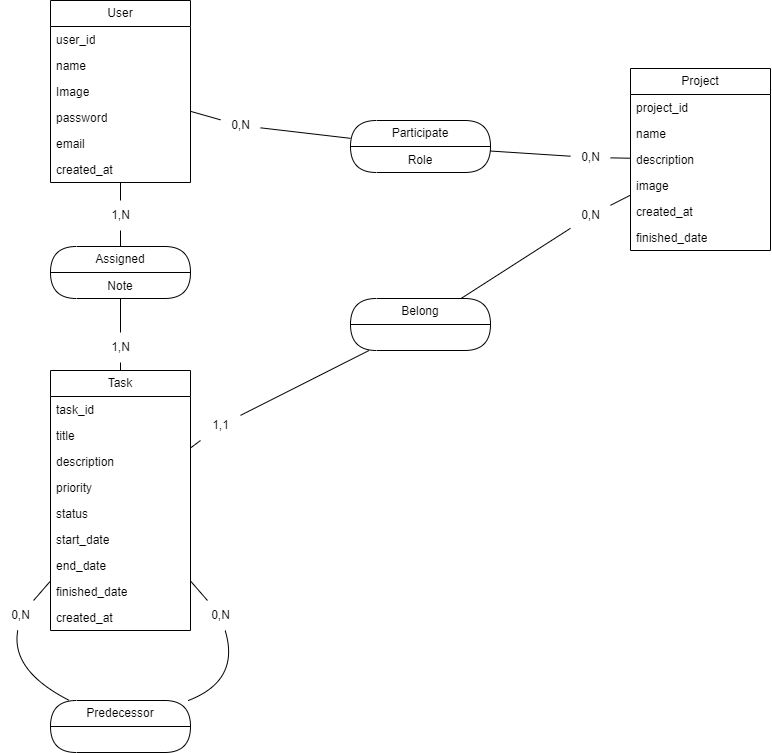
Earlier version of the draw.io export Conception/MCD de Mashru3.png (haki24gamer/Mashru3). Source tidied: cells renumbered, new cells last; positions are measured from the earlier drawing's top-left corner, leaving out a move shared by most shapes.
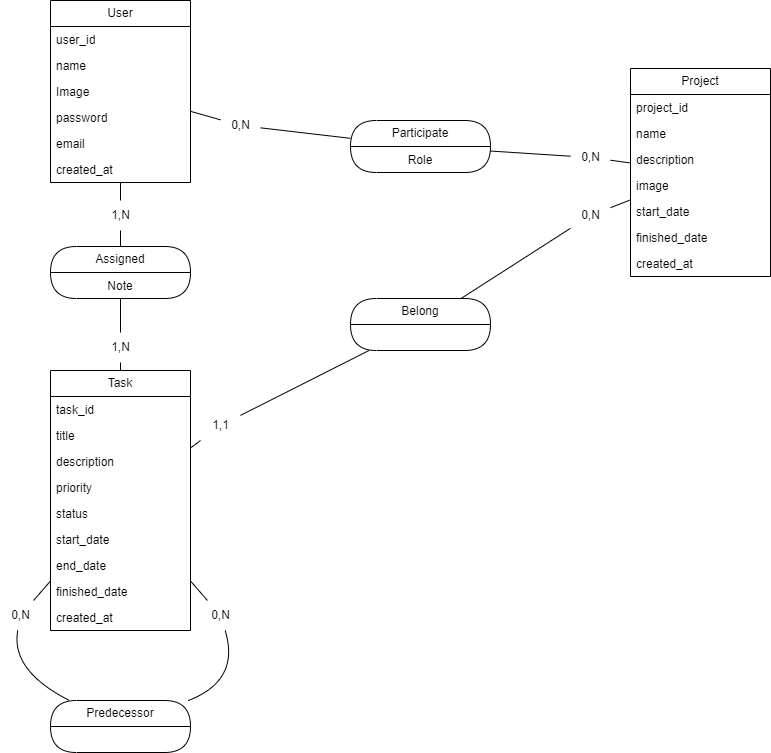
Above is the later version.

The edit, as a diff of the source:
```diff
@@ -1,4 +1,4 @@
-<mxGraphModel background="#ffffff">
+<mxGraphModel>
   <root>
     <mxCell id="0" />
     <mxCell id="1" parent="0" />
@@ -54,7 +54,7 @@
       <mxGeometry y="234" width="140" height="26" as="geometry" />
     </mxCell>
     <mxCell id="19" value="Project" style="swimlane;fontStyle=0;horizontal=1;startSize=26;fillColor=none;whiteSpace=wrap;html=1;" parent="1" vertex="1">
-      <mxGeometry x="630" y="68" width="140" height="182" as="geometry" />
+      <mxGeometry x="630" y="68" width="140" height="208" as="geometry" />
     </mxCell>
     <mxCell id="20" value="project_id" style="text;strokeColor=none;fillColor=none;align=left;verticalAlign=top;spacingLeft=4;spacingRight=4;overflow=hidden;whiteSpace=wrap;html=1;" parent="19" vertex="1">
       <mxGeometry y="26" width="140" height="26" as="geometry" />
@@ -68,12 +68,15 @@
     <mxCell id="23" value="image" style="text;strokeColor=none;fillColor=none;align=left;verticalAlign=top;spacingLeft=4;spacingRight=4;overflow=hidden;whiteSpace=wrap;html=1;" parent="19" vertex="1">
       <mxGeometry y="104" width="140" height="26" as="geometry" />
     </mxCell>
+    <mxCell id="56" value="start_date" style="text;strokeColor=none;fillColor=none;align=left;verticalAlign=top;spacingLeft=4;spacingRight=4;overflow=hidden;whiteSpace=wrap;html=1;" parent="19" vertex="1">
+      <mxGeometry y="130" width="140" height="26" as="geometry" />
+    </mxCell>
+    <mxCell id="25" value="finished_date" style="text;strokeColor=none;fillColor=none;align=left;verticalAlign=top;spacingLeft=4;spacingRight=4;overflow=hidden;whiteSpace=wrap;html=1;" parent="19" vertex="1">
+      <mxGeometry y="156" width="140" height="26" as="geometry" />
+    </mxCell>
     <mxCell id="24" value="created_at" style="text;strokeColor=none;fillColor=none;align=left;verticalAlign=top;spacingLeft=4;spacingRight=4;overflow=hidden;whiteSpace=wrap;html=1;" parent="19" vertex="1">
-      <mxGeometry y="130" width="140" height="26" as="geometry" />
+      <mxGeometry y="182" width="140" height="26" as="geometry" />
     </mxCell>
-    <mxCell id="25" value="finished_date" style="text;strokeColor=none;fillColor=none;align=left;verticalAlign=top;spacingLeft=4;spacingRight=4;overflow=hidden;whiteSpace=wrap;html=1;" parent="19" vertex="1">
-      <mxGeometry y="156" width="140" height="26" as="geometry" />
-    </mxCell>
     <mxCell id="26" style="edgeStyle=orthogonalEdgeStyle;rounded=0;jettySize=auto;html=1;exitX=0.5;exitY=0;exitDx=0;exitDy=0;curved=0;endArrow=none;startFill=0;strokeColor=default;" parent="1" edge="1" source="45" target="2">
       <mxGeometry relative="1" as="geometry">
         <Array as="points">
```
